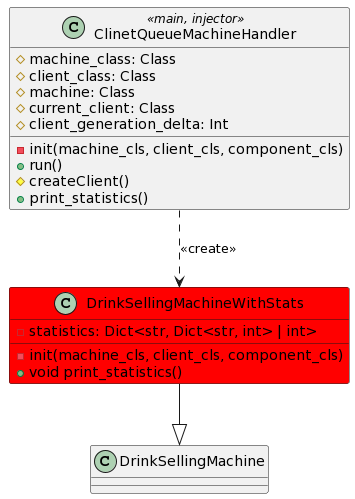
This is design/problem_book/drinks-selling-machine/UML/ext4/ext4.png from rserdyukov/programdesign-cource, a PlantUML export, as it was before one commit. The source it was exported from:
```plantuml
@startuml
class ClinetQueueMachineHandler <<main, injector>> {
  # machine_class: Class
  # client_class: Class
  # machine: Class
  # current_client: Class
  # client_generation_delta: Int

  - init(machine_cls, client_cls, component_cls)
  + run()
  # createClient()
  + print_statistics()
}

class DrinkSellingMachine

class DrinkSellingMachineWithStats #red {
  - statistics: Dict<str, Dict<str, int> | int>

  - init(machine_cls, client_cls, component_cls)
  + void print_statistics()
}

ClinetQueueMachineHandler ..> DrinkSellingMachineWithStats: <<create>>
DrinkSellingMachineWithStats --|> DrinkSellingMachine
@enduml
```
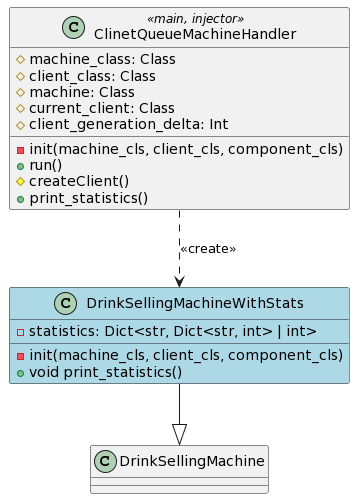
After the change.

What changed in the source:
```diff
@@ -14,7 +14,7 @@
 
 class DrinkSellingMachine
 
-class DrinkSellingMachineWithStats #red {
+class DrinkSellingMachineWithStats #lightBlue {
   - statistics: Dict<str, Dict<str, int> | int>
 
   - init(machine_cls, client_cls, component_cls)
```
